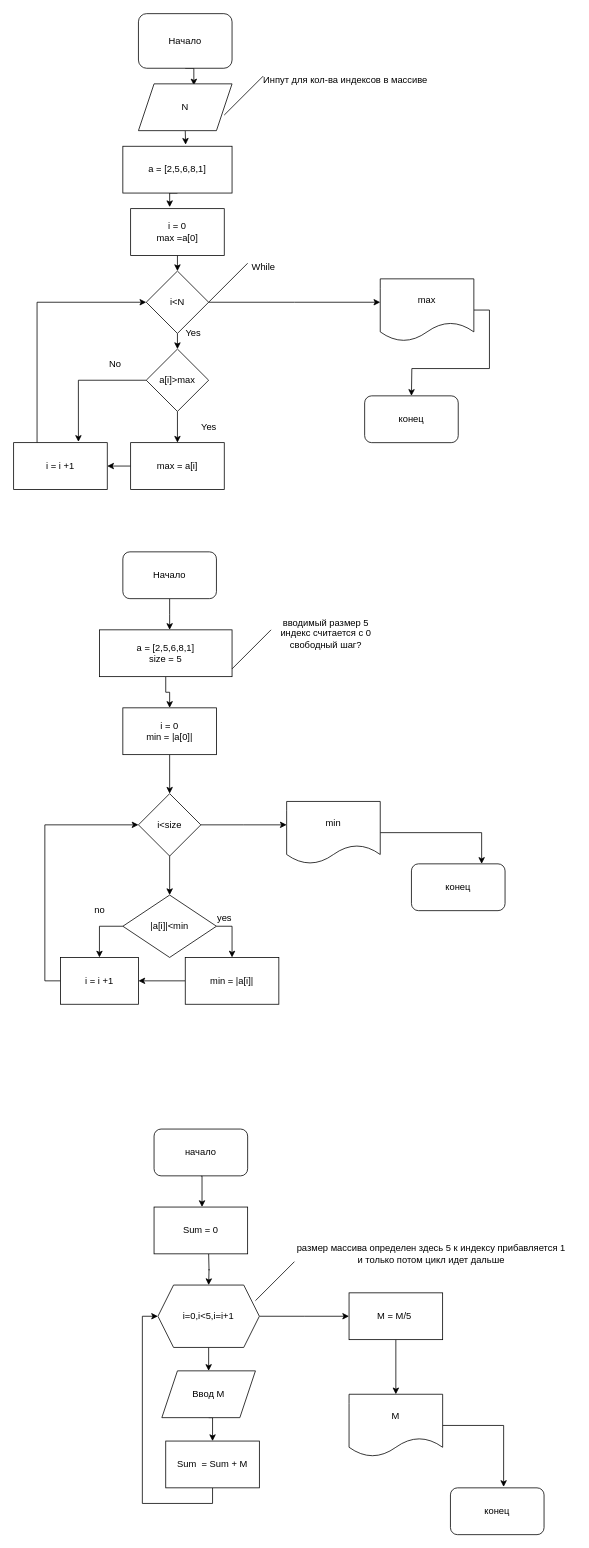
Above: Untitled Diagram.drawio in AllLook/diagrams2 (draw.io), before the change. Source tidied: cells renumbered, new cells numbered last; positions are measured from the earlier drawing's top-left corner, leaving out a move shared by most shapes. Both pictures are drawn from the tidied source at 78%, with x=0, y=0 at pixel (13, 13).
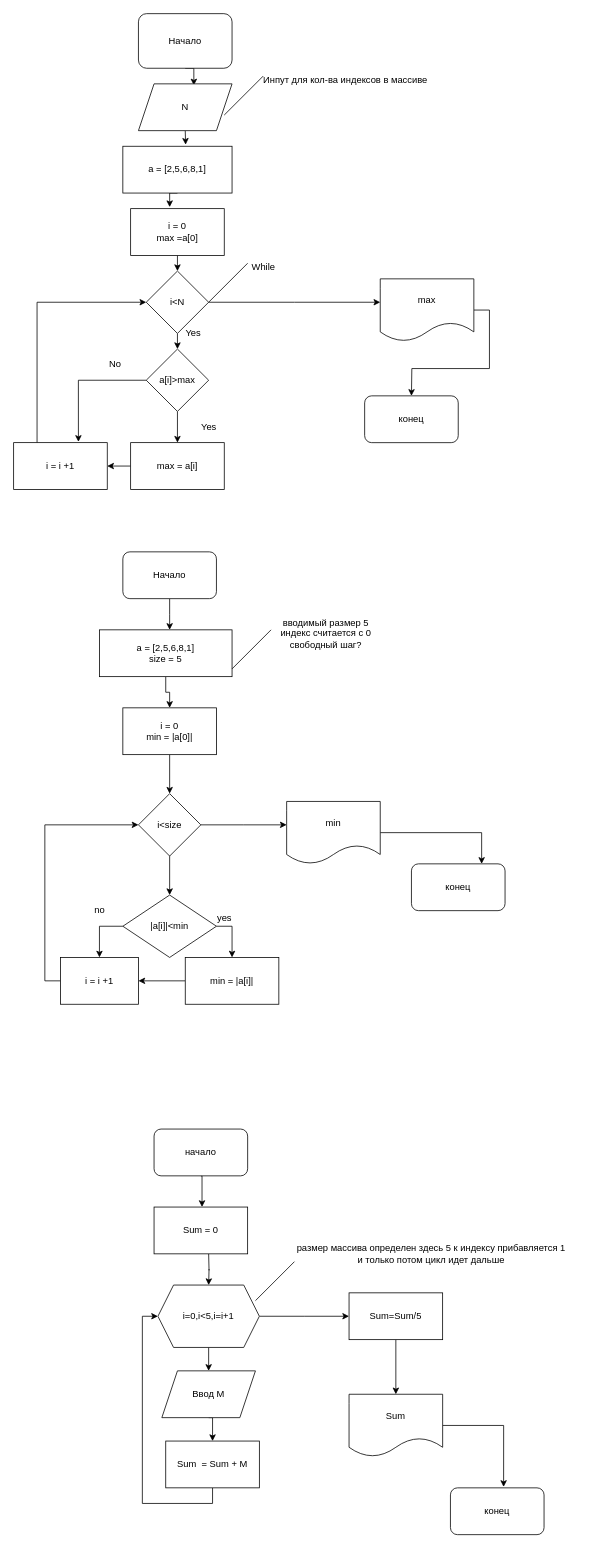
After the change.

The edit, as a diff of the source:
```diff
@@
-    <mxCell id="65" value="М = М/5&amp;nbsp;" style="rounded=0;whiteSpace=wrap;html=1;" parent="1" vertex="1">
+    <mxCell id="65" value="Sum=Sum/5" style="rounded=0;whiteSpace=wrap;html=1;" parent="1" vertex="1">
       <mxGeometry x="430" y="1640" width="120" height="60" as="geometry" />
     </mxCell>
@@
-    <mxCell id="67" value="M" style="shape=document;whiteSpace=wrap;html=1;boundedLbl=1;" parent="1" vertex="1">
+    <mxCell id="67" value="Sum" style="shape=document;whiteSpace=wrap;html=1;boundedLbl=1;" parent="1" vertex="1">
       <mxGeometry x="430" y="1770" width="120" height="80" as="geometry" />
     </mxCell>
```
